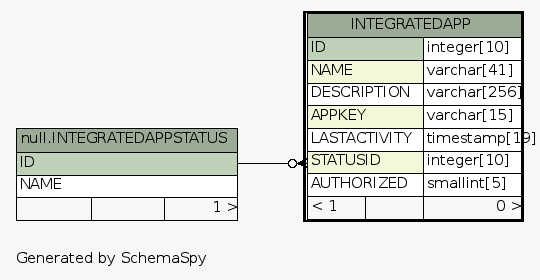
Before: dictionary/Fishbowl2013.5/diagrams/INTEGRATEDAPP.1degree.png, a diagram exported from Graphviz (ilopez/FishbowlDataDictionary). Its source is kept beside it as dictionary/Fishbowl2013.5/diagrams/INTEGRATEDAPP.1degree.dot. Source of this version:
```dot
digraph "oneDegreeRelationshipsDiagram" {
  graph [
    rankdir="RL"
    bgcolor="#f7f7f7"
    label="\nGenerated by SchemaSpy"
    labeljust="l"
    nodesep="0.18"
    ranksep="0.46"
    fontname="Helvetica"
    fontsize="11"
  ];
  node [
    fontname="Helvetica"
    fontsize="11"
    shape="plaintext"
  ];
  edge [
    arrowsize="0.8"
  ];
  "INTEGRATEDAPP":"STATUSID":w -> "null.INTEGRATEDAPPSTATUS":"ID":e [arrowhead=none dir=back arrowtail=crowodot];
  "INTEGRATEDAPP" [
    label=<
    <TABLE BORDER="2" CELLBORDER="1" CELLSPACING="0" BGCOLOR="#ffffff">
      <TR><TD COLSPAN="3" BGCOLOR="#9bab96" ALIGN="CENTER">INTEGRATEDAPP</TD></TR>
      <TR><TD PORT="ID" COLSPAN="2" BGCOLOR="#bed1b8" ALIGN="LEFT">ID</TD><TD PORT="ID.type" ALIGN="LEFT">integer[10]</TD></TR>
      <TR><TD PORT="NAME" COLSPAN="2" BGCOLOR="#f4f7da" ALIGN="LEFT">NAME</TD><TD PORT="NAME.type" ALIGN="LEFT">varchar[41]</TD></TR>
      <TR><TD PORT="DESCRIPTION" COLSPAN="2" ALIGN="LEFT">DESCRIPTION</TD><TD PORT="DESCRIPTION.type" ALIGN="LEFT">varchar[256]</TD></TR>
      <TR><TD PORT="APPKEY" COLSPAN="2" BGCOLOR="#f4f7da" ALIGN="LEFT">APPKEY</TD><TD PORT="APPKEY.type" ALIGN="LEFT">varchar[15]</TD></TR>
      <TR><TD PORT="LASTACTIVITY" COLSPAN="2" ALIGN="LEFT">LASTACTIVITY</TD><TD PORT="LASTACTIVITY.type" ALIGN="LEFT">timestamp[19]</TD></TR>
      <TR><TD PORT="STATUSID" COLSPAN="2" BGCOLOR="#f4f7da" ALIGN="LEFT">STATUSID</TD><TD PORT="STATUSID.type" ALIGN="LEFT">integer[10]</TD></TR>
      <TR><TD PORT="AUTHORIZED" COLSPAN="2" ALIGN="LEFT">AUTHORIZED</TD><TD PORT="AUTHORIZED.type" ALIGN="LEFT">smallint[5]</TD></TR>
      <TR><TD ALIGN="LEFT" BGCOLOR="#f7f7f7">&lt; 1</TD><TD ALIGN="RIGHT" BGCOLOR="#f7f7f7">  </TD><TD ALIGN="RIGHT" BGCOLOR="#f7f7f7">0 &gt;</TD></TR>
    </TABLE>>
    URL="INTEGRATEDAPP.html"
    tooltip="INTEGRATEDAPP"
  ];
  "null.INTEGRATEDAPPSTATUS" [
    label=<
    <TABLE BORDER="0" CELLBORDER="1" CELLSPACING="0" BGCOLOR="#ffffff">
      <TR><TD COLSPAN="3" BGCOLOR="#9bab96" ALIGN="CENTER">null.INTEGRATEDAPPSTATUS</TD></TR>
      <TR><TD PORT="ID" COLSPAN="3" BGCOLOR="#bed1b8" ALIGN="LEFT">ID</TD></TR>
      <TR><TD PORT="NAME" COLSPAN="3" ALIGN="LEFT">NAME</TD></TR>
      <TR><TD ALIGN="LEFT" BGCOLOR="#f7f7f7">  </TD><TD ALIGN="RIGHT" BGCOLOR="#f7f7f7">  </TD><TD ALIGN="RIGHT" BGCOLOR="#f7f7f7">1 &gt;</TD></TR>
    </TABLE>>
    tooltip="null.INTEGRATEDAPPSTATUS"
  ];
}
```
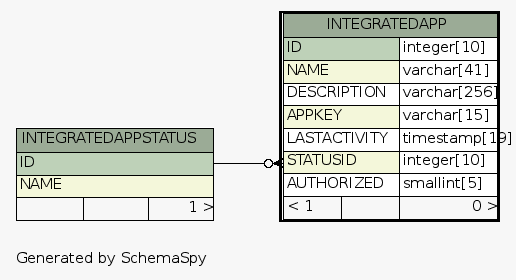
The same diagram one commit later.

What changed in the source:
```diff
@@ -17,7 +17,7 @@
   edge [
     arrowsize="0.8"
   ];
-  "INTEGRATEDAPP":"STATUSID":w -> "null.INTEGRATEDAPPSTATUS":"ID":e [arrowhead=none dir=back arrowtail=crowodot];
+  "INTEGRATEDAPP":"STATUSID":w -> "INTEGRATEDAPPSTATUS":"ID":e [arrowhead=none dir=back arrowtail=crowodot];
   "INTEGRATEDAPP" [
     label=<
     <TABLE BORDER="2" CELLBORDER="1" CELLSPACING="0" BGCOLOR="#ffffff">
@@ -34,14 +34,15 @@
     URL="INTEGRATEDAPP.html"
     tooltip="INTEGRATEDAPP"
   ];
-  "null.INTEGRATEDAPPSTATUS" [
+  "INTEGRATEDAPPSTATUS" [
     label=<
     <TABLE BORDER="0" CELLBORDER="1" CELLSPACING="0" BGCOLOR="#ffffff">
-      <TR><TD COLSPAN="3" BGCOLOR="#9bab96" ALIGN="CENTER">null.INTEGRATEDAPPSTATUS</TD></TR>
+      <TR><TD COLSPAN="3" BGCOLOR="#9bab96" ALIGN="CENTER">INTEGRATEDAPPSTATUS</TD></TR>
       <TR><TD PORT="ID" COLSPAN="3" BGCOLOR="#bed1b8" ALIGN="LEFT">ID</TD></TR>
-      <TR><TD PORT="NAME" COLSPAN="3" ALIGN="LEFT">NAME</TD></TR>
+      <TR><TD PORT="NAME" COLSPAN="3" BGCOLOR="#f4f7da" ALIGN="LEFT">NAME</TD></TR>
       <TR><TD ALIGN="LEFT" BGCOLOR="#f7f7f7">  </TD><TD ALIGN="RIGHT" BGCOLOR="#f7f7f7">  </TD><TD ALIGN="RIGHT" BGCOLOR="#f7f7f7">1 &gt;</TD></TR>
     </TABLE>>
-    tooltip="null.INTEGRATEDAPPSTATUS"
+    URL="INTEGRATEDAPPSTATUS.html"
+    tooltip="INTEGRATEDAPPSTATUS"
   ];
 }
```
